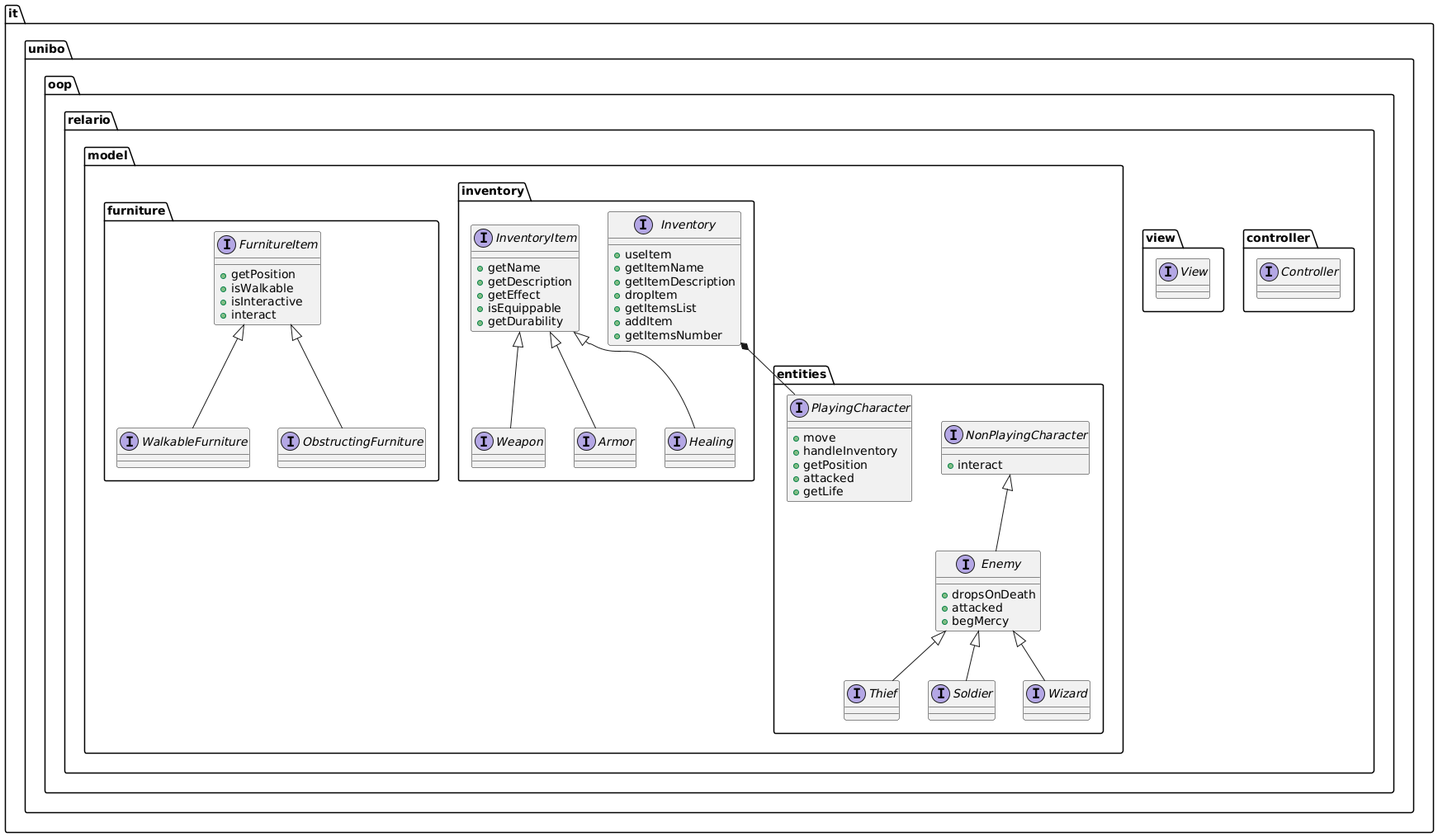
KimboCoffee/OOP23-relario-prove keeps this PlantUML diagram as relazione/img/fullModel.png. Above is the earlier version.
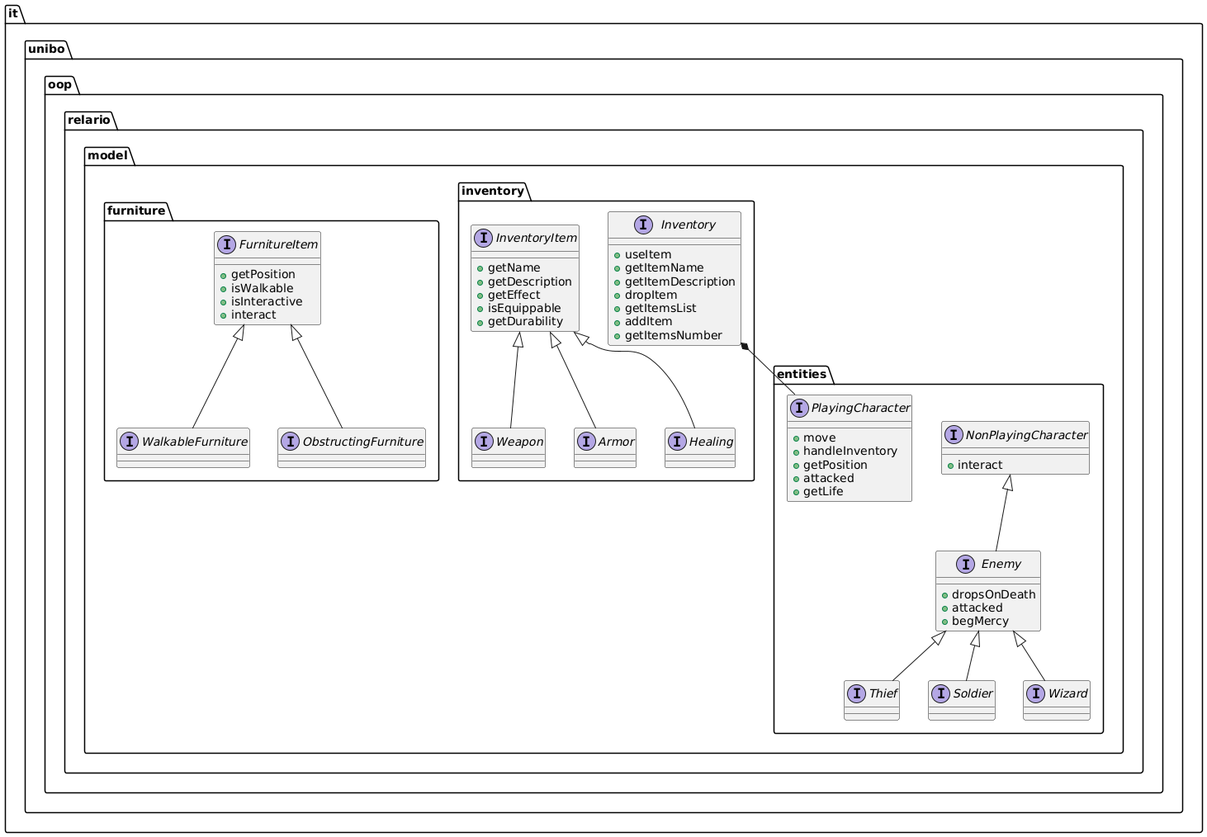
Later version of the same file.

Commit message:
Modified image for full model UML scheme

What changed in the source:
```diff
@@ -68,17 +68,5 @@
             interface Wizard extends Enemy {}
         }
     }
-
-    package view {
-        interface View {
-
-        }
-    }
-
-    package controller {
-        interface Controller {
-
-        }
-    }
 }
 @enduml
```
